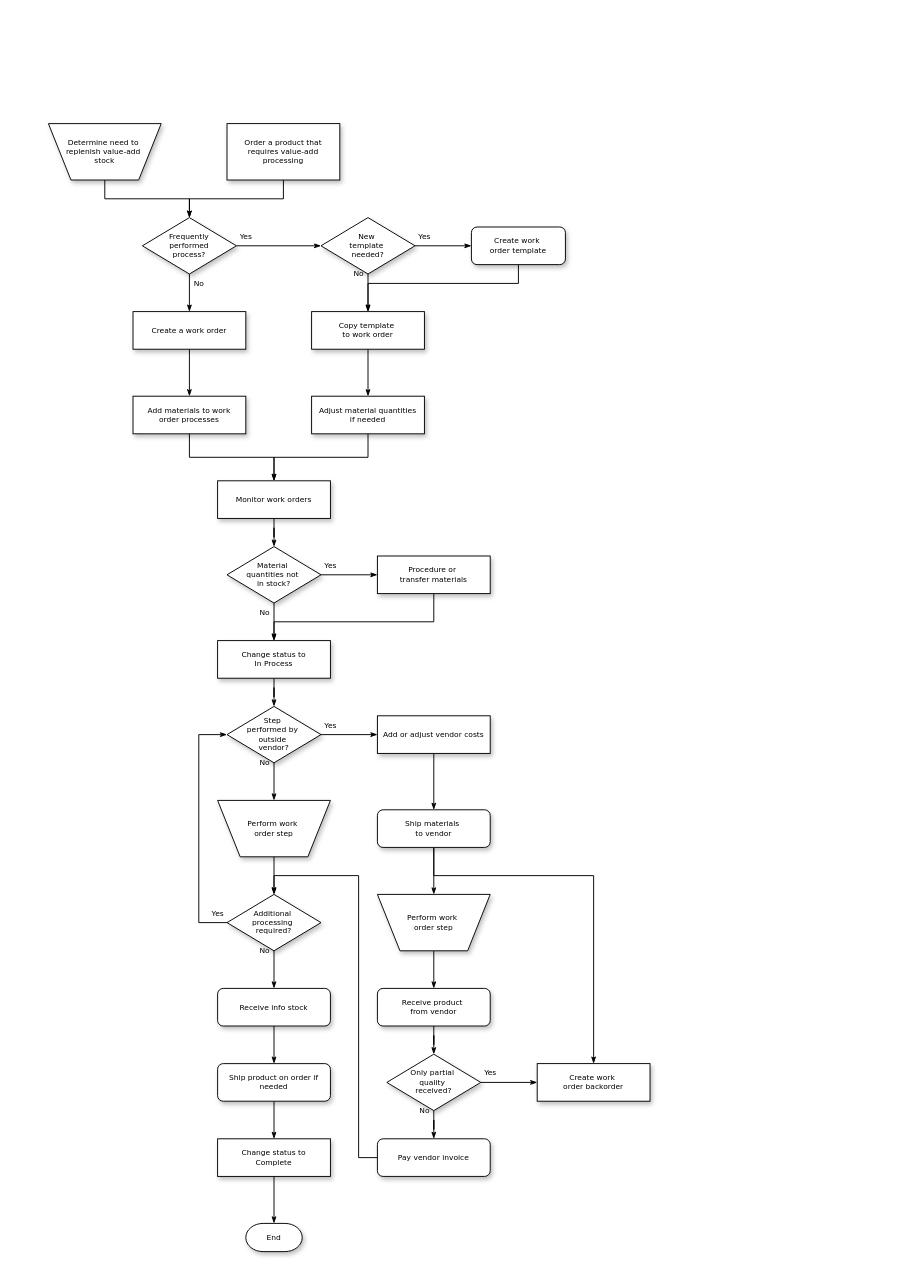
Earlier version of the draw.io diagram 未命名绘图.drawio (luobizhan/vue-mall). Source tidied: cells renumbered, new cells numbered last; positions are measured from the earlier drawing's top-left corner, leaving out a move shared by most shapes. Both pictures are drawn from the tidied source at 94%, with x=0, y=0 at pixel (48, 123).
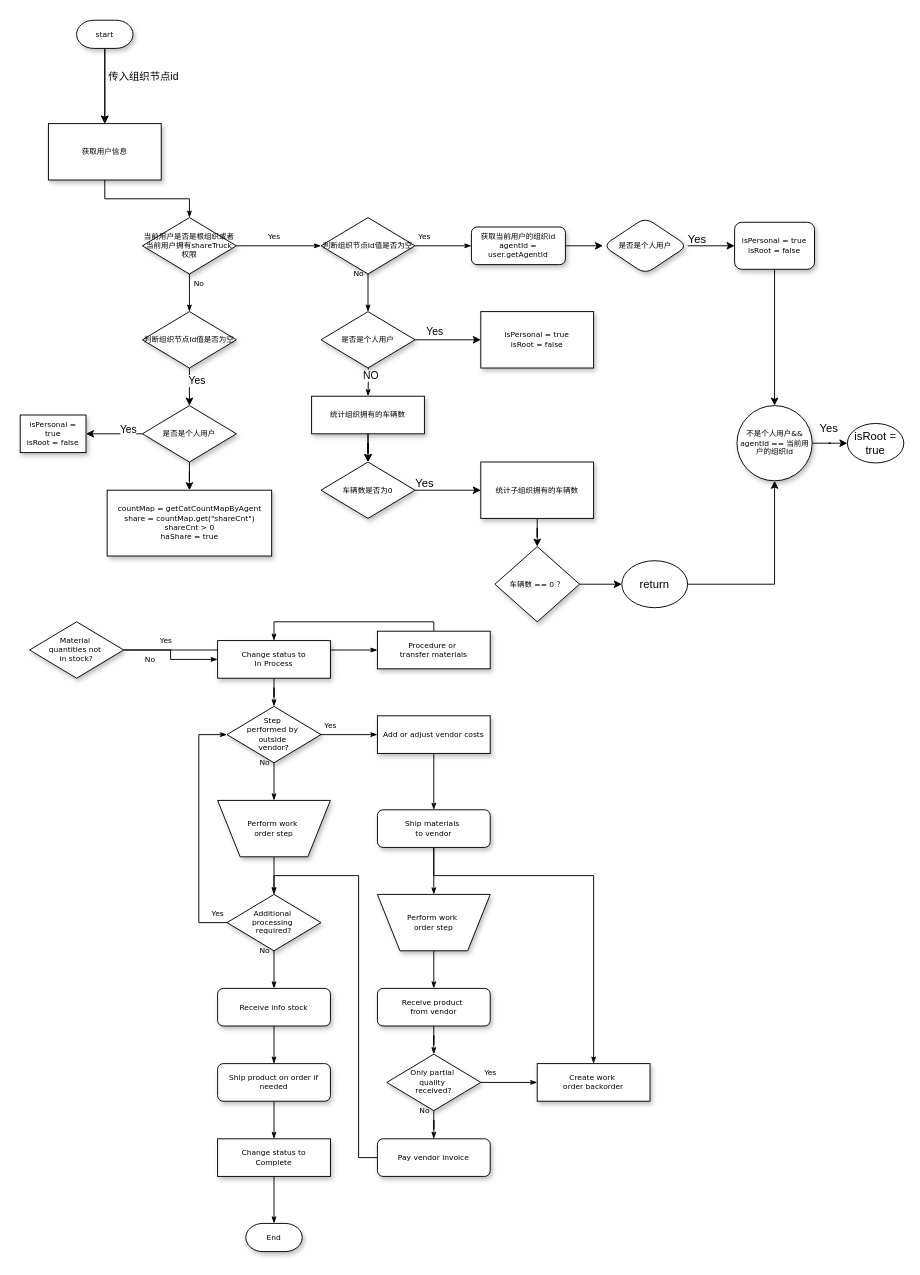
The same page after the edit.

Commit message:
监控树代码流程图.drawio

Change to the diagram source:
```diff
@@
-    <mxCell id="2" style="edgeStyle=orthogonalEdgeStyle;rounded=0;html=1;labelBackgroundColor=none;startSize=5;endArrow=classicThin;endFill=1;endSize=5;jettySize=auto;strokeWidth=1;fontFamily=Verdana;fontSize=8;" parent="1" edge="1" source="3" target="8">
-      <mxGeometry relative="1" as="geometry" />
-    </mxCell>
-    <mxCell id="3" value="Determine need to&amp;nbsp;&lt;div&gt;replenish value-add&amp;nbsp;&lt;/div&gt;&lt;div&gt;stock&lt;/div&gt;" style="shape=trapezoid;whiteSpace=wrap;html=1;rounded=0;shadow=1;labelBackgroundColor=none;strokeWidth=1;fontFamily=Verdana;fontSize=8;align=center;flipV=1;" parent="1" vertex="1">
-      <mxGeometry width="120" height="60" as="geometry" />
-    </mxCell>
@@
-    <mxCell id="5" value="Order a product that&lt;div&gt;requires value-add processing&lt;/div&gt;" style="rounded=0;whiteSpace=wrap;html=1;shadow=1;labelBackgroundColor=none;strokeWidth=1;fontFamily=Verdana;fontSize=8;align=center;" parent="1" vertex="1">
-      <mxGeometry x="190" width="120" height="60" as="geometry" />
+    <mxCell id="5" value="获取用户信息" style="rounded=0;whiteSpace=wrap;html=1;shadow=1;labelBackgroundColor=none;strokeWidth=1;fontFamily=Verdana;fontSize=8;align=center;" parent="1" vertex="1">
+      <mxGeometry width="120" height="60" as="geometry" />
     </mxCell>
     <mxCell id="6" value="Yes" style="edgeStyle=orthogonalEdgeStyle;rounded=0;html=1;labelBackgroundColor=none;startSize=5;endArrow=classicThin;endFill=1;endSize=5;jettySize=auto;strokeWidth=1;fontFamily=Verdana;fontSize=8;" parent="1" edge="1" source="8" target="11">
-      <mxGeometry x="-0.78" y="10" relative="1" as="geometry" />
+      <mxGeometry x="-0.11" y="10" relative="1" as="geometry" />
     </mxCell>
-    <mxCell id="7" value="No" style="edgeStyle=orthogonalEdgeStyle;rounded=0;html=1;labelBackgroundColor=none;startSize=5;endArrow=classicThin;endFill=1;endSize=5;jettySize=auto;strokeWidth=1;fontFamily=Verdana;fontSize=8;" parent="1" edge="1" source="8" target="15">
-      <mxGeometry x="-0.5" y="10" relative="1" as="geometry" />
+    <mxCell id="7" value="No" style="edgeStyle=orthogonalEdgeStyle;rounded=0;html=1;labelBackgroundColor=none;startSize=5;endArrow=classicThin;endFill=1;endSize=5;jettySize=auto;strokeWidth=1;fontFamily=Verdana;fontSize=8;" parent="1" edge="1" source="8">
+      <mxGeometry x="-0.5" y="10" relative="1" as="geometry">
+        <mxPoint x="150" y="200" as="targetPoint" />
+      </mxGeometry>
     </mxCell>
-    <mxCell id="8" value="Frequently&lt;div&gt;performed&lt;/div&gt;&lt;div&gt;process?&lt;/div&gt;" style="rhombus;whiteSpace=wrap;html=1;rounded=0;shadow=1;labelBackgroundColor=none;strokeWidth=1;fontFamily=Verdana;fontSize=8;align=center;" parent="1" vertex="1">
+    <mxCell id="8" value="当前用户是否是根组织或者&lt;br&gt;当前用户拥有shareTruck权限" style="rhombus;whiteSpace=wrap;html=1;rounded=0;shadow=1;labelBackgroundColor=none;strokeWidth=1;fontFamily=Verdana;fontSize=8;align=center;" parent="1" vertex="1">
       <mxGeometry x="100" y="100" width="100" height="60" as="geometry" />
     </mxCell>
@@
-    <mxCell id="10" value="No" style="edgeStyle=orthogonalEdgeStyle;rounded=0;html=1;labelBackgroundColor=none;startSize=5;endArrow=classicThin;endFill=1;endSize=5;jettySize=auto;strokeWidth=1;fontFamily=Verdana;fontSize=8;" parent="1" edge="1" source="11" target="17">
-      <mxGeometry x="-1" y="-10" relative="1" as="geometry" />
+    <mxCell id="10" value="No" style="edgeStyle=orthogonalEdgeStyle;rounded=0;html=1;labelBackgroundColor=none;startSize=5;endArrow=classicThin;endFill=1;endSize=5;jettySize=auto;strokeWidth=1;fontFamily=Verdana;fontSize=8;" parent="1" edge="1" source="11">
+      <mxGeometry x="-1" y="-10" relative="1" as="geometry">
+        <mxPoint x="340" y="200" as="targetPoint" />
+      </mxGeometry>
     </mxCell>
-    <mxCell id="11" value="New&amp;nbsp;&lt;div&gt;template&amp;nbsp;&lt;/div&gt;&lt;div&gt;needed?&lt;/div&gt;" style="rhombus;whiteSpace=wrap;html=1;rounded=0;shadow=1;labelBackgroundColor=none;strokeWidth=1;fontFamily=Verdana;fontSize=8;align=center;" parent="1" vertex="1">
+    <mxCell id="11" value="判断组织节点Id值是否为空" style="rhombus;whiteSpace=wrap;html=1;rounded=0;shadow=1;labelBackgroundColor=none;strokeWidth=1;fontFamily=Verdana;fontSize=8;align=center;" parent="1" vertex="1">
       <mxGeometry x="290" y="100" width="100" height="60" as="geometry" />
     </mxCell>
-    <mxCell id="12" style="edgeStyle=orthogonalEdgeStyle;rounded=0;html=1;labelBackgroundColor=none;startSize=5;endArrow=classicThin;endFill=1;endSize=5;jettySize=auto;strokeWidth=1;fontFamily=Verdana;fontSize=8;" parent="1" edge="1" source="13" target="17">
-      <mxGeometry relative="1" as="geometry">
-        <Array as="points">
-          <mxPoint x="500" y="170" />
-          <mxPoint x="340" y="170" />
-        </Array>
-      </mxGeometry>
-    </mxCell>
+    <mxCell id="61" style="edgeStyle=orthogonalEdgeStyle;rounded=0;jettySize=auto;html=1;" parent="1" edge="1" source="13" target="83">
+      <mxGeometry relative="1" as="geometry" />
+    </mxCell>
-    <mxCell id="13" value="Create work&amp;nbsp;&lt;div&gt;order template&lt;/div&gt;" style="rounded=1;whiteSpace=wrap;html=1;shadow=1;labelBackgroundColor=none;strokeWidth=1;fontFamily=Verdana;fontSize=8;align=center;" parent="1" vertex="1">
+    <mxCell id="13" value="获取当前用户的组织id&lt;br&gt;agentId = user.getAgentId" style="rounded=1;whiteSpace=wrap;html=1;shadow=1;labelBackgroundColor=none;strokeWidth=1;fontFamily=Verdana;fontSize=8;align=center;" parent="1" vertex="1">
       <mxGeometry x="450" y="110" width="100" height="40" as="geometry" />
     </mxCell>
-    <mxCell id="14" style="edgeStyle=orthogonalEdgeStyle;rounded=0;html=1;labelBackgroundColor=none;startSize=5;endArrow=classicThin;endFill=1;endSize=5;jettySize=auto;strokeWidth=1;fontFamily=Verdana;fontSize=8;" parent="1" edge="1" source="15" target="19">
-      <mxGeometry relative="1" as="geometry" />
-    </mxCell>
-    <mxCell id="15" value="Create a work order" style="whiteSpace=wrap;html=1;rounded=0;shadow=1;labelBackgroundColor=none;strokeWidth=1;fontFamily=Verdana;fontSize=8;align=center;" parent="1" vertex="1">
-      <mxGeometry x="90" y="200" width="120" height="40" as="geometry" />
-    </mxCell>
-    <mxCell id="16" style="edgeStyle=orthogonalEdgeStyle;rounded=0;html=1;labelBackgroundColor=none;startSize=5;endArrow=classicThin;endFill=1;endSize=5;jettySize=auto;strokeWidth=1;fontFamily=Verdana;fontSize=8;" parent="1" edge="1" source="17" target="21">
-      <mxGeometry relative="1" as="geometry" />
+    <mxCell id="16" style="edgeStyle=orthogonalEdgeStyle;rounded=0;html=1;labelBackgroundColor=none;startSize=5;endArrow=classicThin;endFill=1;endSize=5;jettySize=auto;strokeWidth=1;fontFamily=Verdana;fontSize=8;" parent="1" edge="1" target="21">
+      <mxGeometry relative="1" as="geometry">
+        <mxPoint x="340" y="240" as="sourcePoint" />
+      </mxGeometry>
     </mxCell>
-    <mxCell id="17" value="Copy template&amp;nbsp;&lt;div&gt;to work order&lt;/div&gt;" style="whiteSpace=wrap;html=1;rounded=0;shadow=1;labelBackgroundColor=none;strokeWidth=1;fontFamily=Verdana;fontSize=8;align=center;" parent="1" vertex="1">
-      <mxGeometry x="280" y="200" width="120" height="40" as="geometry" />
-    </mxCell>
-    <mxCell id="18" style="edgeStyle=orthogonalEdgeStyle;rounded=0;html=1;labelBackgroundColor=none;startSize=5;endArrow=classicThin;endFill=1;endSize=5;jettySize=auto;strokeWidth=1;fontFamily=Verdana;fontSize=8;" parent="1" edge="1" source="19" target="23">
-      <mxGeometry relative="1" as="geometry" />
-    </mxCell>
-    <mxCell id="19" value="Add materials to work order processes" style="whiteSpace=wrap;html=1;rounded=0;shadow=1;labelBackgroundColor=none;strokeWidth=1;fontFamily=Verdana;fontSize=8;align=center;spacing=6;" parent="1" vertex="1">
-      <mxGeometry x="90" y="290" width="120" height="40" as="geometry" />
-    </mxCell>
-    <mxCell id="20" style="edgeStyle=orthogonalEdgeStyle;rounded=0;html=1;labelBackgroundColor=none;startSize=5;endArrow=classicThin;endFill=1;endSize=5;jettySize=auto;strokeWidth=1;fontFamily=Verdana;fontSize=8;" parent="1" edge="1" source="21" target="23">
-      <mxGeometry relative="1" as="geometry" />
-    </mxCell>
+    <mxCell id="62" value="NO" style="edgeLabel;html=1;align=center;verticalAlign=middle;" parent="16" vertex="1">
+      <mxGeometry x="0.09" y="2" relative="1" as="geometry" />
+    </mxCell>
+    <mxCell id="63" style="edgeStyle=orthogonalEdgeStyle;rounded=0;jettySize=auto;html=1;" parent="1" edge="1" source="21" target="74">
+      <mxGeometry relative="1" as="geometry" />
+    </mxCell>
-    <mxCell id="21" value="Adjust material quantities if needed" style="whiteSpace=wrap;html=1;rounded=0;shadow=1;labelBackgroundColor=none;strokeWidth=1;fontFamily=Verdana;fontSize=8;align=center;spacing=6;" parent="1" vertex="1">
+    <mxCell id="21" value="统计组织拥有的车辆数" style="whiteSpace=wrap;html=1;rounded=0;shadow=1;labelBackgroundColor=none;strokeWidth=1;fontFamily=Verdana;fontSize=8;align=center;spacing=6;" parent="1" vertex="1">
       <mxGeometry x="280" y="290" width="120" height="40" as="geometry" />
     </mxCell>
-    <mxCell id="22" style="edgeStyle=orthogonalEdgeStyle;rounded=0;html=1;labelBackgroundColor=none;startSize=5;endArrow=classicThin;endFill=1;endSize=5;jettySize=auto;strokeWidth=1;fontFamily=Verdana;fontSize=8;" parent="1" edge="1" source="23" target="26">
-      <mxGeometry relative="1" as="geometry" />
-    </mxCell>
-    <mxCell id="23" value="Monitor work orders" style="whiteSpace=wrap;html=1;rounded=0;shadow=1;labelBackgroundColor=none;strokeWidth=1;fontFamily=Verdana;fontSize=8;align=center;" parent="1" vertex="1">
-      <mxGeometry x="180" y="380" width="120" height="40" as="geometry" />
-    </mxCell>
@@
     <mxCell id="26" value="Material&amp;nbsp;&lt;div&gt;quantities not&amp;nbsp;&lt;/div&gt;&lt;div&gt;in stock?&lt;/div&gt;" style="rhombus;whiteSpace=wrap;html=1;rounded=0;shadow=1;labelBackgroundColor=none;strokeWidth=1;fontFamily=Verdana;fontSize=8;align=center;" parent="1" vertex="1">
-      <mxGeometry x="190" y="450" width="100" height="60" as="geometry" />
+      <mxGeometry x="-20" y="530" width="100" height="60" as="geometry" />
     </mxCell>
@@
     <mxCell id="28" value="Procedure or&amp;nbsp;&lt;div&gt;transfer materials&lt;/div&gt;" style="whiteSpace=wrap;html=1;rounded=0;shadow=1;labelBackgroundColor=none;strokeWidth=1;fontFamily=Verdana;fontSize=8;align=center;" parent="1" vertex="1">
-      <mxGeometry x="350" y="460" width="120" height="40" as="geometry" />
+      <mxGeometry x="350" y="540" width="120" height="40" as="geometry" />
     </mxCell>
@@
+    <mxCell id="64" style="edgeStyle=orthogonalEdgeStyle;rounded=0;jettySize=auto;html=1;" parent="1" edge="1" source="67">
+      <mxGeometry relative="1" as="geometry">
+        <mxPoint x="60" as="targetPoint" />
+      </mxGeometry>
+    </mxCell>
+    <mxCell id="65" value="传入组织节点id&lt;br&gt;" style="edgeLabel;html=1;align=center;verticalAlign=middle;" parent="64" vertex="1">
+      <mxGeometry x="-0.28" y="10" relative="1" as="geometry">
+        <mxPoint x="30" as="offset" />
+      </mxGeometry>
+    </mxCell>
+    <mxCell id="66" style="edgeStyle=orthogonalEdgeStyle;rounded=0;jettySize=auto;html=1;" parent="1" edge="1" source="67">
+      <mxGeometry relative="1" as="geometry">
+        <mxPoint x="60" as="targetPoint" />
+      </mxGeometry>
+    </mxCell>
+    <mxCell id="67" value="start" style="strokeWidth=1;html=1;shape=mxgraph.flowchart.terminator;whiteSpace=wrap;rounded=0;shadow=1;labelBackgroundColor=none;fontFamily=Verdana;fontSize=8;align=center;" parent="1" vertex="1">
+      <mxGeometry x="30" y="-110" width="60" height="30" as="geometry" />
+    </mxCell>
+    <mxCell id="68" style="edgeStyle=orthogonalEdgeStyle;rounded=0;jettySize=auto;html=1;" parent="1" edge="1" source="70" target="71">
+      <mxGeometry relative="1" as="geometry" />
+    </mxCell>
+    <mxCell id="69" value="Yes" style="edgeLabel;html=1;align=center;verticalAlign=middle;" parent="68" vertex="1">
+      <mxGeometry x="-0.11" y="2" relative="1" as="geometry">
+        <mxPoint x="-11" y="-8" as="offset" />
+      </mxGeometry>
+    </mxCell>
+    <mxCell id="70" value="是否是个人用户" style="rhombus;whiteSpace=wrap;html=1;rounded=0;shadow=1;labelBackgroundColor=none;strokeWidth=1;fontFamily=Verdana;fontSize=8;align=center;" parent="1" vertex="1">
+      <mxGeometry x="290" y="200" width="100" height="60" as="geometry" />
+    </mxCell>
+    <mxCell id="71" value="isPersonal = true&lt;br&gt;isRoot = false" style="whiteSpace=wrap;html=1;fontSize=8;fontFamily=Verdana;rounded=0;shadow=1;labelBackgroundColor=none;strokeWidth=1;" parent="1" vertex="1">
+      <mxGeometry x="460" y="200" width="120" height="60" as="geometry" />
+    </mxCell>
+    <mxCell id="72" style="edgeStyle=orthogonalEdgeStyle;rounded=0;jettySize=auto;html=1;" parent="1" edge="1" source="21" target="74">
+      <mxGeometry relative="1" as="geometry" />
+    </mxCell>
+    <mxCell id="73" style="edgeStyle=orthogonalEdgeStyle;rounded=0;jettySize=auto;html=1;" parent="1" edge="1" source="74" target="76">
+      <mxGeometry relative="1" as="geometry" />
+    </mxCell>
+    <mxCell id="74" value="车辆数是否为0" style="rhombus;whiteSpace=wrap;html=1;fontSize=8;fontFamily=Verdana;rounded=0;shadow=1;labelBackgroundColor=none;strokeWidth=1;spacing=6;" parent="1" vertex="1">
+      <mxGeometry x="290" y="360" width="100" height="60" as="geometry" />
+    </mxCell>
+    <mxCell id="75" style="edgeStyle=orthogonalEdgeStyle;rounded=0;jettySize=auto;html=1;" parent="1" edge="1" source="76" target="78">
+      <mxGeometry relative="1" as="geometry" />
+    </mxCell>
+    <mxCell id="76" value="统计子组织拥有的车辆数" style="whiteSpace=wrap;html=1;fontSize=8;fontFamily=Verdana;rounded=0;shadow=1;labelBackgroundColor=none;strokeWidth=1;spacing=6;" parent="1" vertex="1">
+      <mxGeometry x="460" y="360" width="120" height="60" as="geometry" />
+    </mxCell>
+    <mxCell id="77" value="Yes" style="text;html=1;align=center;verticalAlign=middle;strokeColor=none;fillColor=none;" parent="1" vertex="1">
+      <mxGeometry x="380" y="368" width="40" height="30" as="geometry" />
+    </mxCell>
+    <mxCell id="78" value="车辆数 == 0 ？" style="rhombus;whiteSpace=wrap;html=1;fontSize=8;fontFamily=Verdana;rounded=0;shadow=1;labelBackgroundColor=none;strokeWidth=1;spacing=6;" parent="1" vertex="1">
+      <mxGeometry x="475" y="450" width="90" height="80" as="geometry" />
+    </mxCell>
+    <mxCell id="79" style="edgeStyle=orthogonalEdgeStyle;rounded=0;jettySize=auto;html=1;exitX=1;exitY=0.5;exitDx=0;exitDy=0;entryX=0.5;entryY=1;entryDx=0;entryDy=0;" parent="1" edge="1" source="80" target="97">
+      <mxGeometry relative="1" as="geometry" />
+    </mxCell>
+    <mxCell id="80" value="return" style="ellipse;whiteSpace=wrap;html=1;" parent="1" vertex="1">
+      <mxGeometry x="610" y="465" width="70" height="50" as="geometry" />
+    </mxCell>
+    <mxCell id="81" style="edgeStyle=orthogonalEdgeStyle;rounded=0;jettySize=auto;html=1;exitX=1;exitY=0.5;exitDx=0;exitDy=0;entryX=0;entryY=0.5;entryDx=0;entryDy=0;" parent="1" edge="1" source="78" target="80">
+      <mxGeometry relative="1" as="geometry" />
+    </mxCell>
+    <mxCell id="82" style="edgeStyle=orthogonalEdgeStyle;rounded=0;jettySize=auto;html=1;" parent="1" edge="1" source="83" target="85">
+      <mxGeometry relative="1" as="geometry" />
+    </mxCell>
+    <mxCell id="83" value="是否是个人用户" style="rhombus;whiteSpace=wrap;html=1;fontSize=8;fontFamily=Verdana;rounded=1;shadow=1;labelBackgroundColor=none;strokeWidth=1;" parent="1" vertex="1">
+      <mxGeometry x="590" y="100" width="90" height="60" as="geometry" />
+    </mxCell>
+    <mxCell id="84" style="edgeStyle=orthogonalEdgeStyle;rounded=0;jettySize=auto;html=1;" parent="1" edge="1" source="85" target="97">
+      <mxGeometry relative="1" as="geometry" />
+    </mxCell>
+    <mxCell id="85" value="isPersonal = true&lt;br style=&quot;border-color: var(--border-color);&quot;&gt;isRoot = false" style="whiteSpace=wrap;html=1;fontSize=8;fontFamily=Verdana;rounded=1;shadow=1;labelBackgroundColor=none;strokeWidth=1;" parent="1" vertex="1">
+      <mxGeometry x="730" y="105" width="85" height="50" as="geometry" />
+    </mxCell>
+    <mxCell id="86" value="Yes" style="text;html=1;align=center;verticalAlign=middle;strokeColor=none;fillColor=none;" parent="1" vertex="1">
+      <mxGeometry x="670" y="108" width="40" height="30" as="geometry" />
+    </mxCell>
+    <mxCell id="87" style="edgeStyle=orthogonalEdgeStyle;rounded=0;jettySize=auto;html=1;exitX=0.5;exitY=1;exitDx=0;exitDy=0;entryX=0.5;entryY=0;entryDx=0;entryDy=0;" parent="1" edge="1" source="89" target="93">
+      <mxGeometry relative="1" as="geometry" />
+    </mxCell>
+    <mxCell id="88" value="Yes" style="edgeLabel;html=1;align=center;verticalAlign=middle;" parent="87" vertex="1">
+      <mxGeometry x="-0.33" y="7" relative="1" as="geometry" />
+    </mxCell>
+    <mxCell id="89" value="判断组织节点Id值是否为空" style="rhombus;whiteSpace=wrap;html=1;rounded=0;shadow=1;labelBackgroundColor=none;strokeWidth=1;fontFamily=Verdana;fontSize=8;align=center;" parent="1" vertex="1">
+      <mxGeometry x="100" y="200" width="100" height="60" as="geometry" />
+    </mxCell>
+    <mxCell id="90" style="edgeStyle=orthogonalEdgeStyle;rounded=0;jettySize=auto;html=1;" parent="1" edge="1" source="93" target="94">
+      <mxGeometry relative="1" as="geometry" />
+    </mxCell>
+    <mxCell id="91" value="Yes" style="edgeLabel;html=1;align=center;verticalAlign=middle;" parent="90" vertex="1">
+      <mxGeometry x="-0.47" y="-5" relative="1" as="geometry" />
+    </mxCell>
+    <mxCell id="92" style="edgeStyle=orthogonalEdgeStyle;rounded=0;jettySize=auto;html=1;" parent="1" edge="1" source="93" target="95">
+      <mxGeometry relative="1" as="geometry" />
+    </mxCell>
+    <mxCell id="93" value="是否是个人用户" style="rhombus;whiteSpace=wrap;html=1;rounded=0;shadow=1;labelBackgroundColor=none;strokeWidth=1;fontFamily=Verdana;fontSize=8;align=center;" parent="1" vertex="1">
+      <mxGeometry x="100" y="300" width="100" height="60" as="geometry" />
+    </mxCell>
+    <mxCell id="94" value="isPersonal = true&lt;br style=&quot;border-color: var(--border-color);&quot;&gt;isRoot = false" style="whiteSpace=wrap;html=1;fontSize=8;fontFamily=Verdana;rounded=0;shadow=1;labelBackgroundColor=none;strokeWidth=1;" parent="1" vertex="1">
+      <mxGeometry x="-30" y="310" width="70" height="40" as="geometry" />
+    </mxCell>
+    <mxCell id="95" value="countMap = getCatCountMapByAgent&lt;br&gt;share = countMap.get(&quot;shareCnt&quot;)&lt;br&gt;shareCnt &amp;gt; 0&lt;br&gt;haShare = true" style="whiteSpace=wrap;html=1;fontSize=8;fontFamily=Verdana;rounded=0;shadow=1;labelBackgroundColor=none;strokeWidth=1;" parent="1" vertex="1">
+      <mxGeometry x="62.5" y="390" width="175" height="70" as="geometry" />
+    </mxCell>
+    <mxCell id="96" style="edgeStyle=orthogonalEdgeStyle;rounded=0;jettySize=auto;html=1;exitX=1;exitY=0.5;exitDx=0;exitDy=0;" parent="1" edge="1" source="97" target="98">
+      <mxGeometry relative="1" as="geometry" />
+    </mxCell>
+    <mxCell id="97" value="不是个人用户&amp;amp;&amp;amp;&lt;br&gt;agentId == 当前用户的组织Id" style="ellipse;whiteSpace=wrap;html=1;fontSize=8;fontFamily=Verdana;rounded=1;shadow=1;labelBackgroundColor=none;strokeWidth=1;" parent="1" vertex="1">
+      <mxGeometry x="732.5" y="300" width="80" height="80" as="geometry" />
+    </mxCell>
+    <mxCell id="98" value="isRoot = true" style="ellipse;whiteSpace=wrap;html=1;" parent="1" vertex="1">
+      <mxGeometry x="850" y="319" width="60" height="42" as="geometry" />
+    </mxCell>
+    <mxCell id="99" value="Yes" style="text;html=1;align=center;verticalAlign=middle;strokeColor=none;fillColor=none;" parent="1" vertex="1">
+      <mxGeometry x="810" y="310" width="40" height="30" as="geometry" />
+    </mxCell>
```
